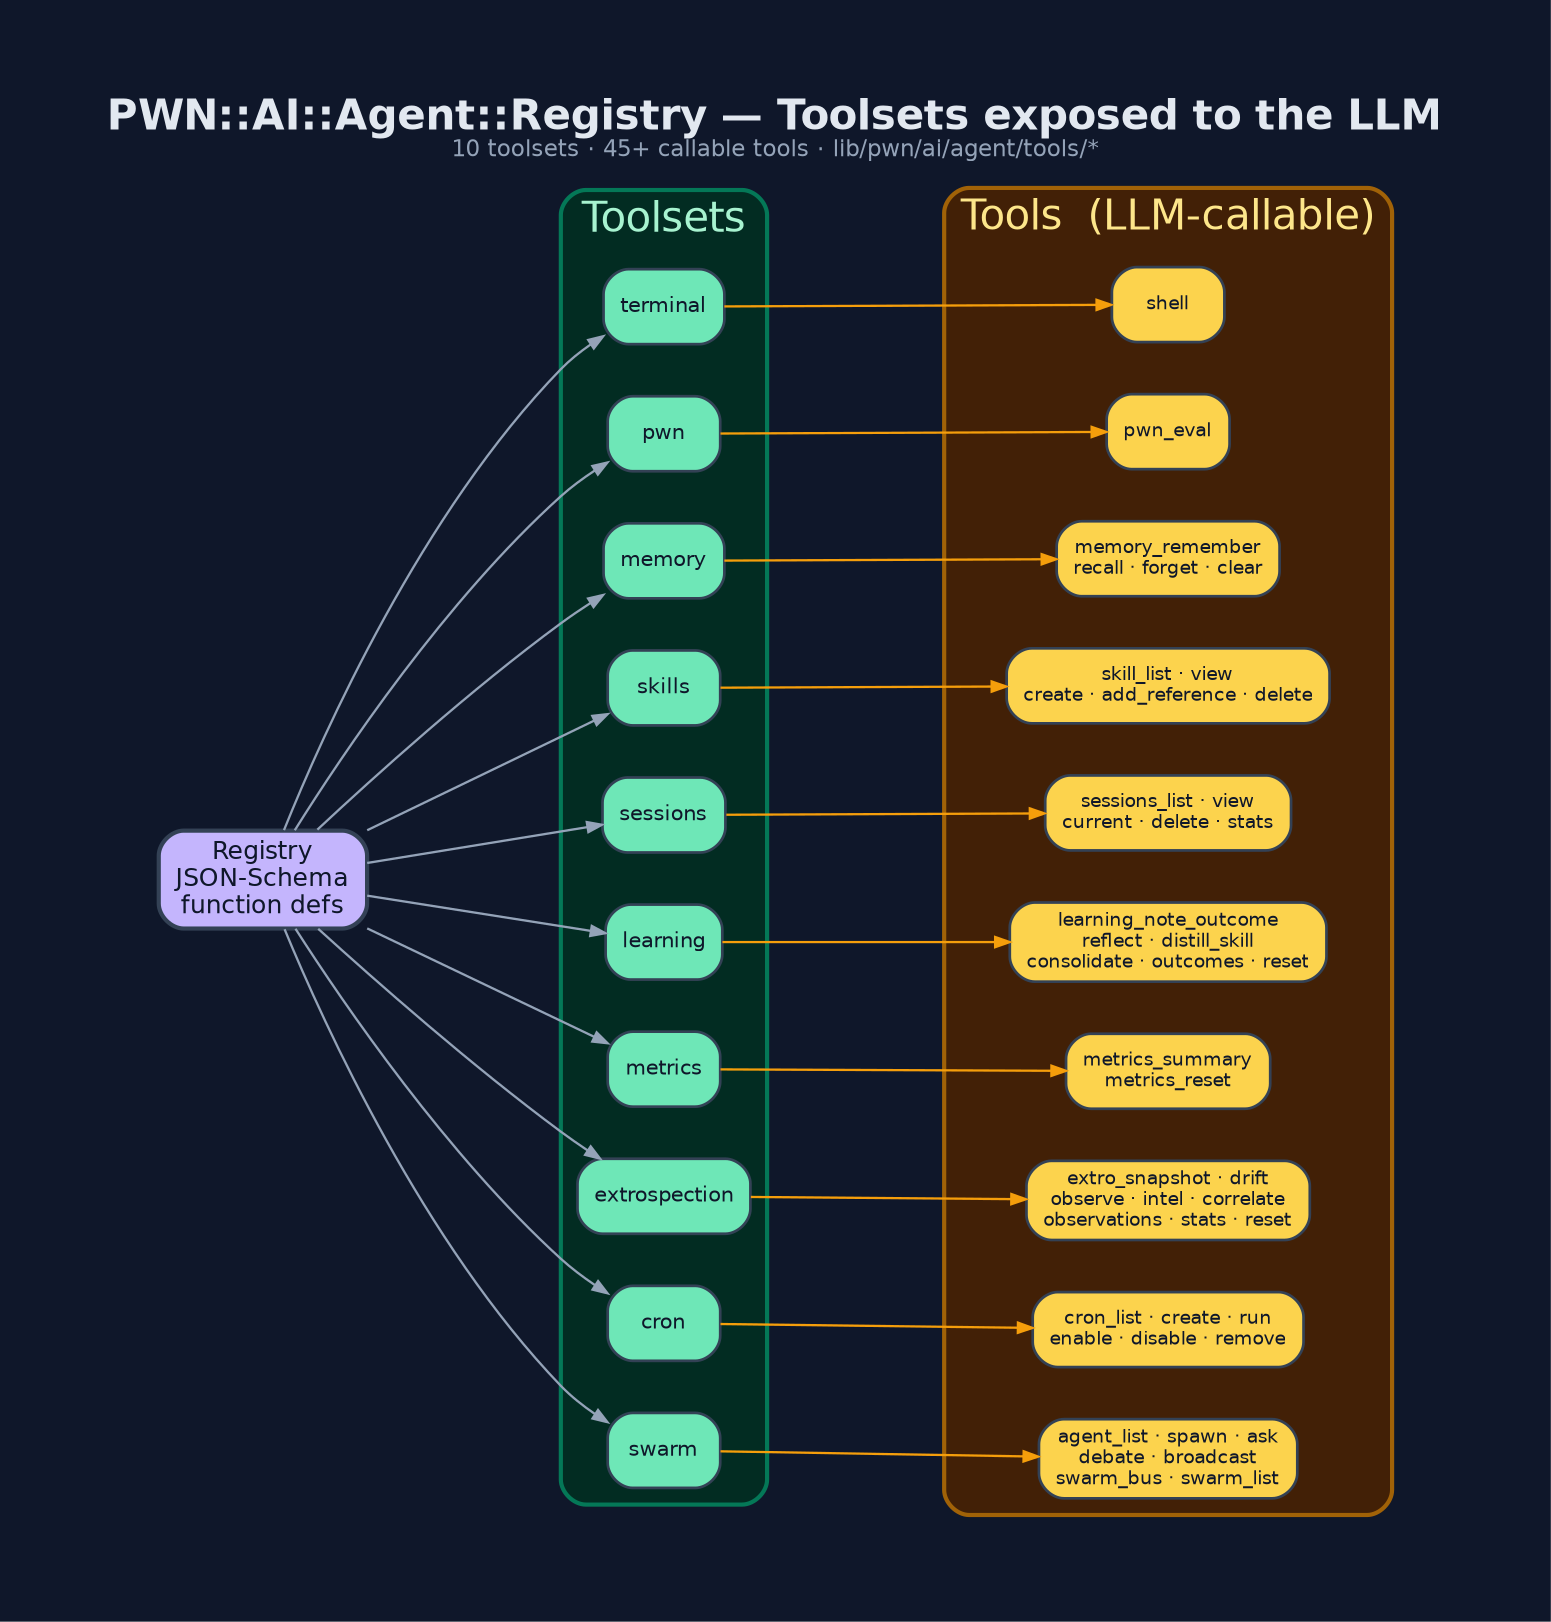
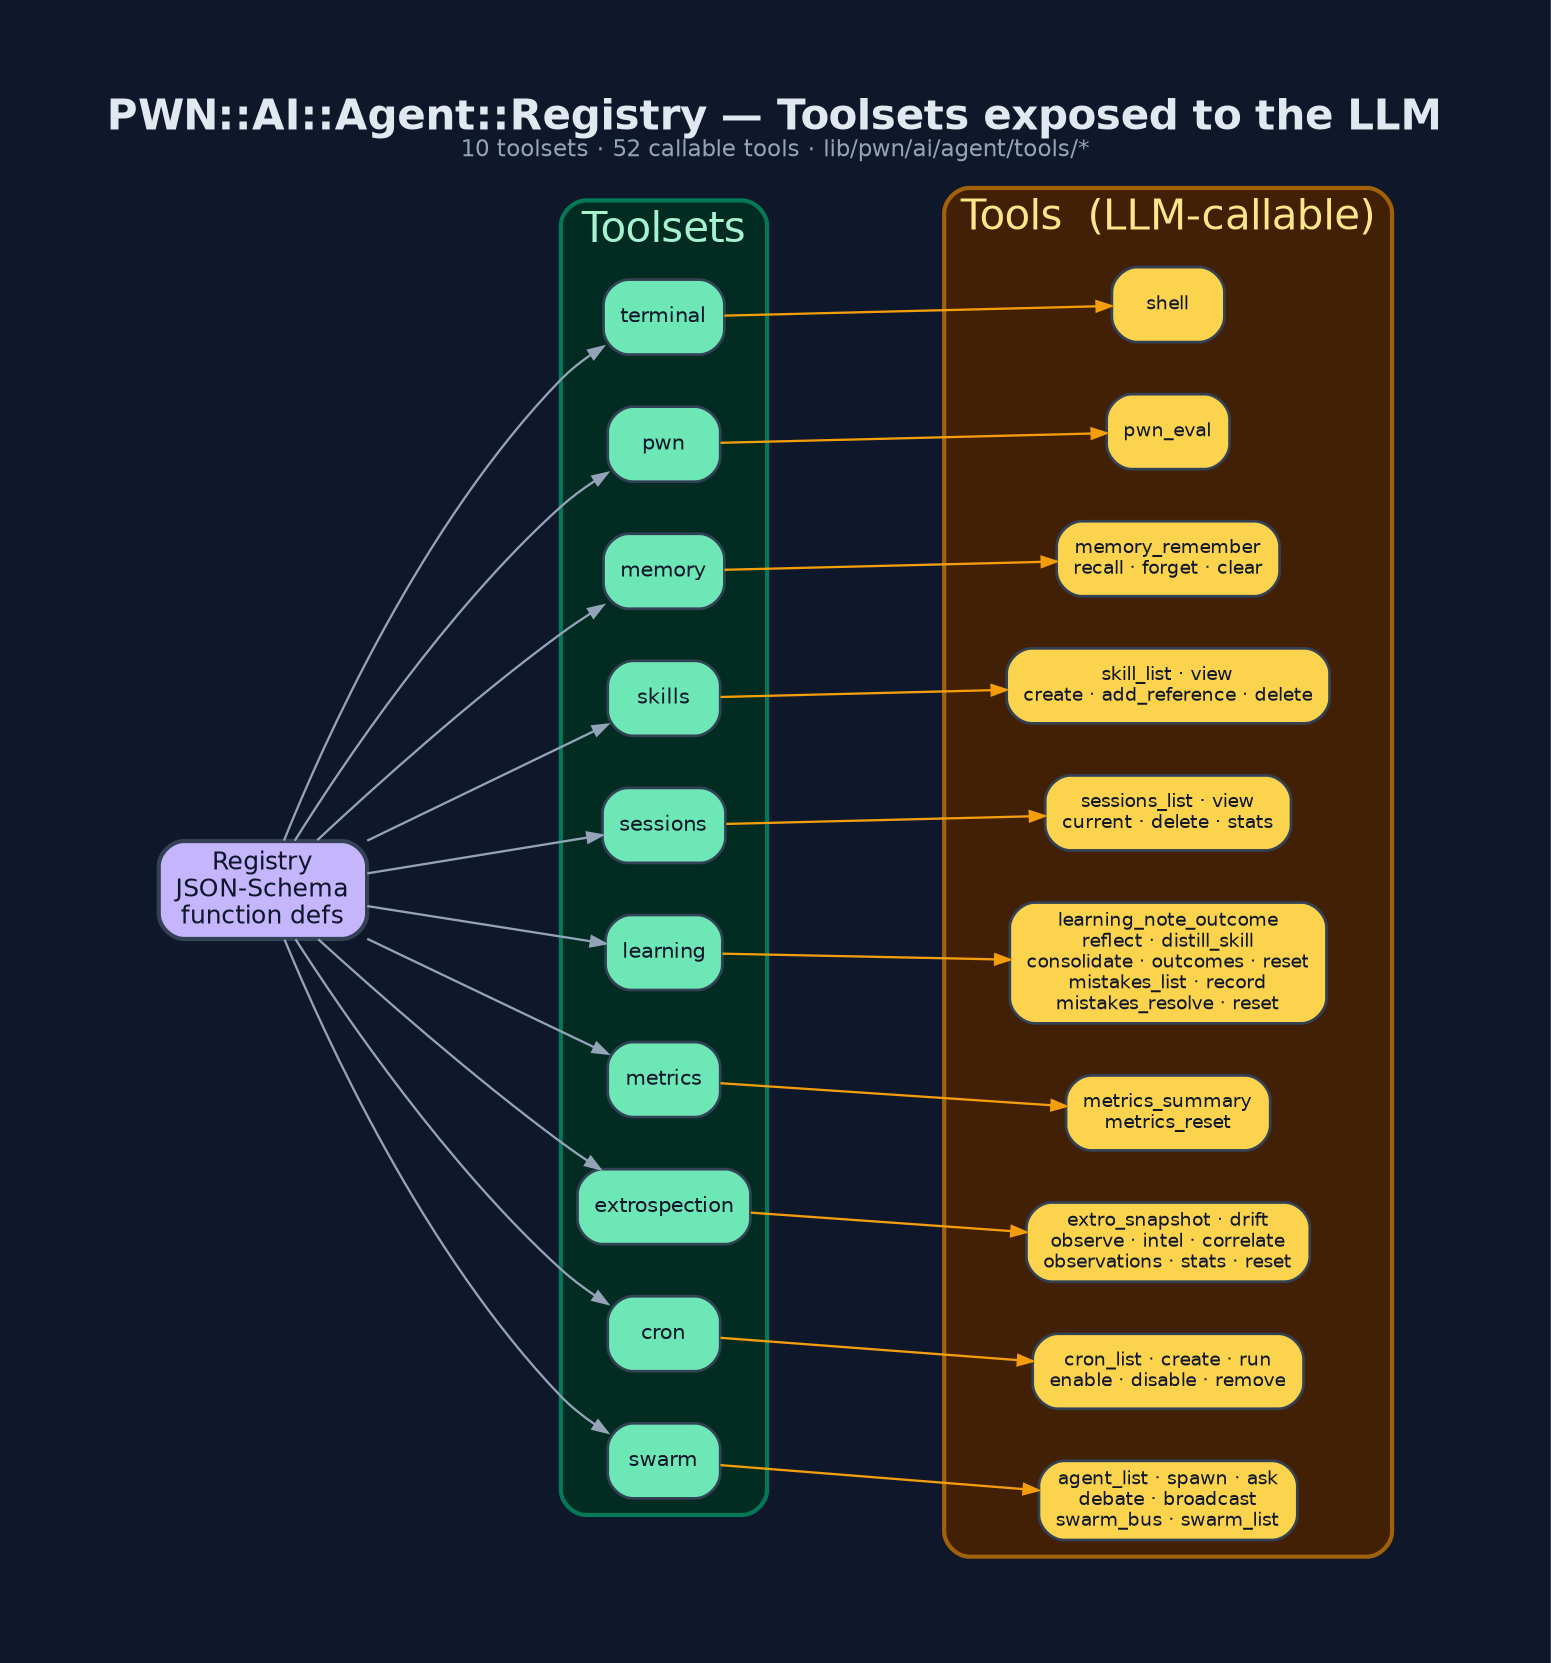
digraph "PWN_Agent_Tool_Registry" {
  graph [
-     label=<<B>PWN::AI::Agent::Registry — Toolsets exposed to the LLM</B><BR/><FONT POINT-SIZE="11" COLOR="#94a3b8">10 toolsets · 45+ callable tools · lib/pwn/ai/agent/tools/*</FONT>>,
+     label=<<B>PWN::AI::Agent::Registry — Toolsets exposed to the LLM</B><BR/><FONT POINT-SIZE="11" COLOR="#94a3b8">10 toolsets · 52 callable tools · lib/pwn/ai/agent/tools/*</FONT>>,
    labelloc=t, fontsize=20, fontname="Helvetica",
    rankdir=LR, splines=spline, nodesep=0.35, ranksep=1.4,
    bgcolor="#0f172a", fontcolor="#e2e8f0", pad=0.6, newrank=true
  ];
  node [fontname="Helvetica", fontsize=10, style="filled,rounded",
        shape=box, penwidth=1.3, color="#334155", fontcolor="#0f172a"];
  edge [color="#94a3b8", penwidth=1.1, arrowsize=0.7];

  Registry [label="Registry\nJSON-Schema\nfunction defs", fillcolor="#c4b5fd", fontsize=12, penwidth=2];

  subgraph cluster_ts {
    label="Toolsets"; fontcolor="#a7f3d0"; style=rounded;
    color="#047857"; bgcolor="#022c22"; penwidth=2;
    terminal [label="terminal", fillcolor="#6ee7b7"];
    pwn      [label="pwn",      fillcolor="#6ee7b7"];
    memory   [label="memory",   fillcolor="#6ee7b7"];
    skills   [label="skills",   fillcolor="#6ee7b7"];
    sessions [label="sessions", fillcolor="#6ee7b7"];
    learning [label="learning", fillcolor="#6ee7b7"];
    metrics  [label="metrics",  fillcolor="#6ee7b7"];
    extro    [label="extrospection", fillcolor="#6ee7b7"];
    cron     [label="cron",     fillcolor="#6ee7b7"];
    swarm    [label="swarm",    fillcolor="#6ee7b7"];
  }

  subgraph cluster_tools {
    label="Tools  (LLM-callable)"; fontcolor="#fde68a"; style=rounded;
    color="#a16207"; bgcolor="#422006"; penwidth=2;
    node [fillcolor="#fcd34d", fontsize=9];
    t_shell   [label="shell"];
    t_eval    [label="pwn_eval"];
    t_mem     [label="memory_remember\nrecall · forget · clear"];
    t_skill   [label="skill_list · view\ncreate · add_reference · delete"];
    t_sess    [label="sessions_list · view\ncurrent · delete · stats"];
-     t_learn   [label="learning_note_outcome\nreflect · distill_skill\nconsolidate · outcomes · reset"];
+     t_learn   [label="learning_note_outcome\nreflect · distill_skill\nconsolidate · outcomes · reset\nmistakes_list · record\nmistakes_resolve · reset"];
    t_metric  [label="metrics_summary\nmetrics_reset"];
    t_extro   [label="extro_snapshot · drift\nobserve · intel · correlate\nobservations · stats · reset"];
    t_cron    [label="cron_list · create · run\nenable · disable · remove"];
    t_swarm   [label="agent_list · spawn · ask\ndebate · broadcast\nswarm_bus · swarm_list"];
  }

  Registry -> terminal; Registry -> pwn; Registry -> memory;
  Registry -> skills; Registry -> sessions; Registry -> learning;
  Registry -> metrics; Registry -> extro; Registry -> cron; Registry -> swarm;

  terminal -> t_shell  [color="#f59e0b"];
  pwn      -> t_eval   [color="#f59e0b"];
  memory   -> t_mem    [color="#f59e0b"];
  skills   -> t_skill  [color="#f59e0b"];
  sessions -> t_sess   [color="#f59e0b"];
  learning -> t_learn  [color="#f59e0b"];
  metrics  -> t_metric [color="#f59e0b"];
  extro    -> t_extro  [color="#f59e0b"];
  cron     -> t_cron   [color="#f59e0b"];
  swarm    -> t_swarm  [color="#f59e0b"];
}
